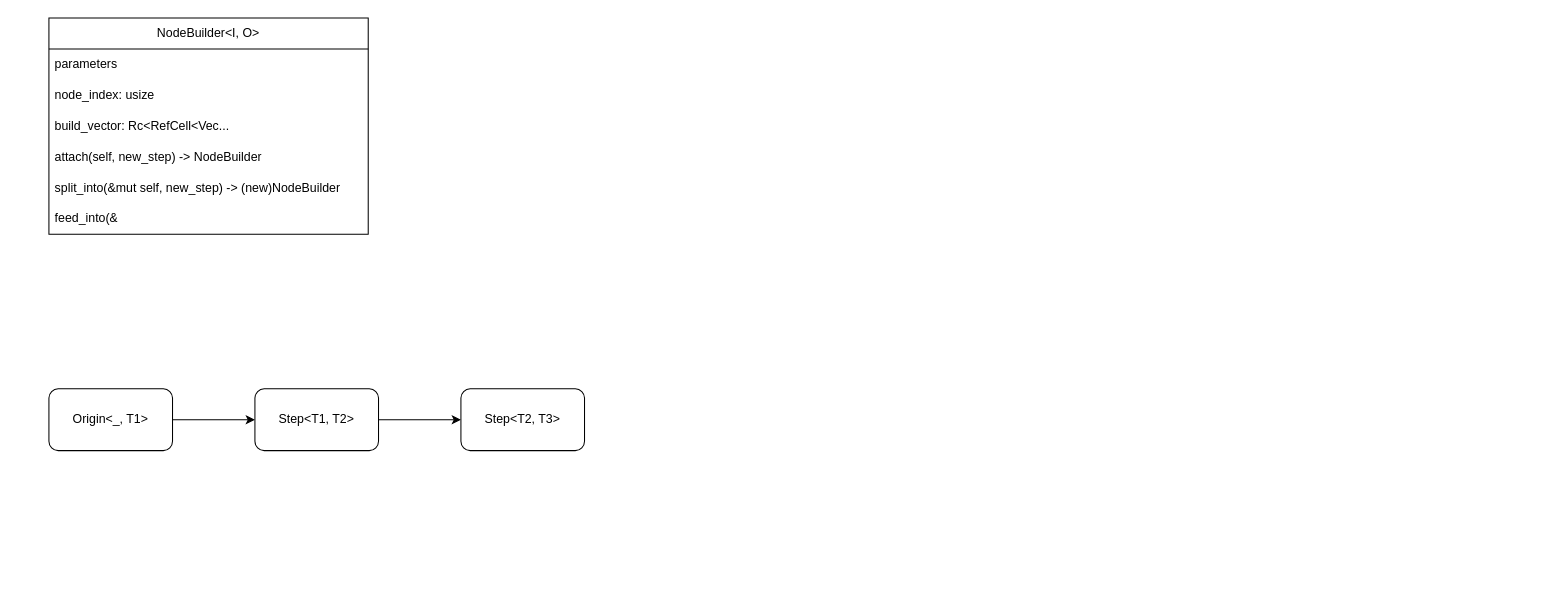
The draw.io diagram diagrams/new_builder.drawio in MalinkyZubr/zubr_dsp, before the edit. Source tidied: cells renumbered, new cells numbered last; positions are measured from the earlier drawing's top-left corner, leaving out a move shared by most shapes. Both pictures are drawn from the tidied source at 103%, with x=0, y=0 at pixel (48, 18).
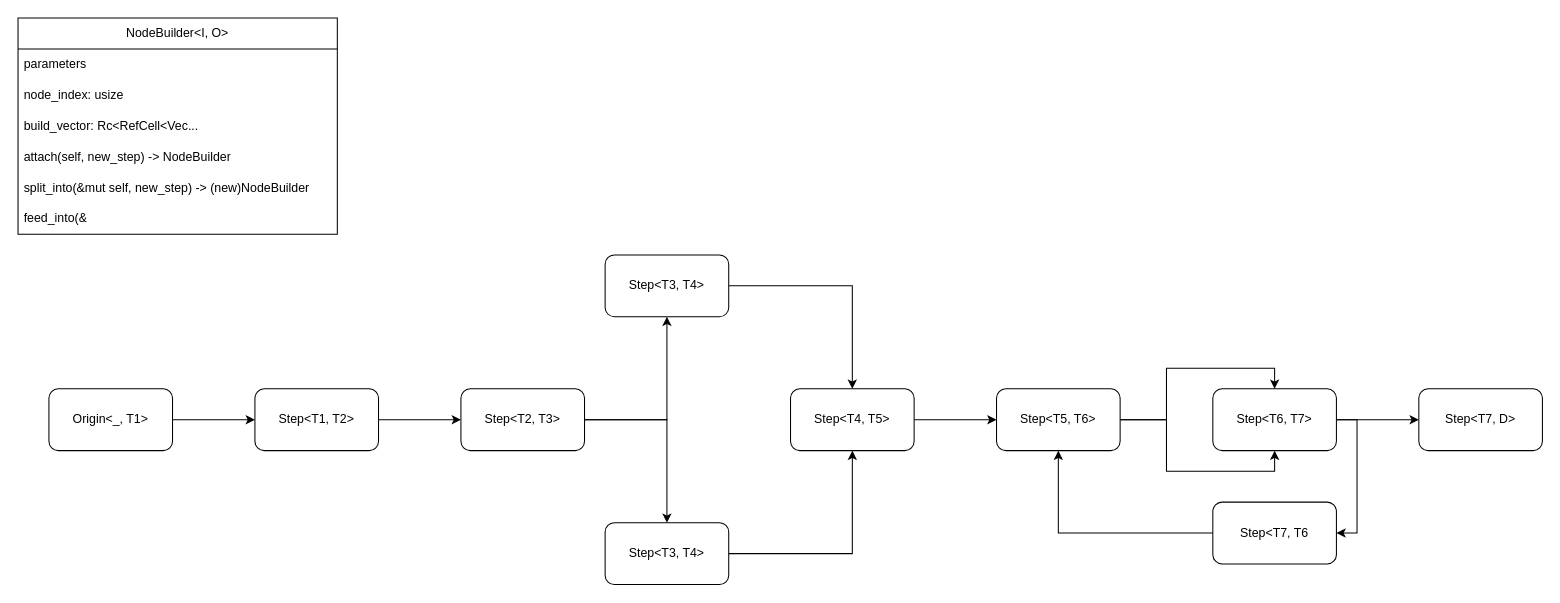
The same page after the edit.

The change refers to these unchanged cells:
```xml
<mxCell id="13" value="Step&amp;lt;T2, T3&amp;gt;" style="whiteSpace=wrap;html=1;rounded=1;" parent="1" vertex="1">
  <mxGeometry x="400" y="360" width="120" height="60" as="geometry" />
</mxCell>
```

What changed in the source:
```diff
@@
     <mxCell id="2" value="NodeBuilder&amp;lt;I, O&amp;gt;" style="swimlane;fontStyle=0;horizontal=1;startSize=30;whiteSpace=wrap;html=1;" parent="1" vertex="1">
-      <mxGeometry width="310" height="210" as="geometry" />
+      <mxGeometry x="-30" width="310" height="210" as="geometry" />
     </mxCell>
@@
+    <mxCell id="14" style="edgeStyle=orthogonalEdgeStyle;rounded=0;jettySize=auto;html=1;" parent="1" edge="1" source="13" target="17">
+      <mxGeometry relative="1" as="geometry" />
+    </mxCell>
+    <mxCell id="15" style="edgeStyle=orthogonalEdgeStyle;rounded=0;jettySize=auto;html=1;" parent="1" edge="1" source="13" target="19">
+      <mxGeometry relative="1" as="geometry" />
+    </mxCell>
@@
+    <mxCell id="16" style="edgeStyle=orthogonalEdgeStyle;rounded=0;jettySize=auto;html=1;" parent="1" edge="1" source="17" target="21">
+      <mxGeometry relative="1" as="geometry" />
+    </mxCell>
+    <mxCell id="17" value="Step&amp;lt;T3, T4&amp;gt;" style="rounded=1;whiteSpace=wrap;html=1;" parent="1" vertex="1">
+      <mxGeometry x="540" y="230" width="120" height="60" as="geometry" />
+    </mxCell>
+    <mxCell id="18" style="edgeStyle=orthogonalEdgeStyle;rounded=0;jettySize=auto;html=1;" parent="1" edge="1" source="19" target="21">
+      <mxGeometry relative="1" as="geometry" />
+    </mxCell>
+    <mxCell id="19" value="Step&amp;lt;T3, T4&amp;gt;" style="rounded=1;whiteSpace=wrap;html=1;" parent="1" vertex="1">
+      <mxGeometry x="540" y="490" width="120" height="60" as="geometry" />
+    </mxCell>
+    <mxCell id="20" style="edgeStyle=orthogonalEdgeStyle;rounded=0;jettySize=auto;html=1;" parent="1" edge="1" source="21" target="24">
+      <mxGeometry relative="1" as="geometry" />
+    </mxCell>
+    <mxCell id="21" value="Step&amp;lt;T4, T5&amp;gt;" style="rounded=1;whiteSpace=wrap;html=1;" parent="1" vertex="1">
+      <mxGeometry x="720" y="360" width="120" height="60" as="geometry" />
+    </mxCell>
+    <mxCell id="22" style="edgeStyle=orthogonalEdgeStyle;rounded=0;jettySize=auto;html=1;entryX=0.5;entryY=0;entryDx=0;entryDy=0;" parent="1" edge="1" source="24" target="27">
+      <mxGeometry relative="1" as="geometry" />
+    </mxCell>
+    <mxCell id="23" style="edgeStyle=orthogonalEdgeStyle;rounded=0;jettySize=auto;html=1;exitX=1;exitY=0.5;exitDx=0;exitDy=0;entryX=0.5;entryY=1;entryDx=0;entryDy=0;" parent="1" edge="1" source="24" target="27">
+      <mxGeometry relative="1" as="geometry" />
+    </mxCell>
+    <mxCell id="24" value="Step&amp;lt;T5, T6&amp;gt;" style="whiteSpace=wrap;html=1;rounded=1;" parent="1" vertex="1">
+      <mxGeometry x="920" y="360" width="120" height="60" as="geometry" />
+    </mxCell>
+    <mxCell id="25" style="edgeStyle=orthogonalEdgeStyle;rounded=0;jettySize=auto;html=1;" parent="1" edge="1" source="27" target="28">
+      <mxGeometry relative="1" as="geometry" />
+    </mxCell>
+    <mxCell id="26" style="edgeStyle=orthogonalEdgeStyle;rounded=0;jettySize=auto;html=1;entryX=1;entryY=0.5;entryDx=0;entryDy=0;" parent="1" edge="1" source="27" target="30">
+      <mxGeometry relative="1" as="geometry">
+        <Array as="points">
+          <mxPoint x="1270" y="390" />
+          <mxPoint x="1270" y="500" />
+        </Array>
+      </mxGeometry>
+    </mxCell>
+    <mxCell id="27" value="Step&amp;lt;T6, T7&amp;gt;" style="whiteSpace=wrap;html=1;rounded=1;" parent="1" vertex="1">
+      <mxGeometry x="1130" y="360" width="120" height="60" as="geometry" />
+    </mxCell>
+    <mxCell id="28" value="Step&amp;lt;T7, D&amp;gt;" style="whiteSpace=wrap;html=1;rounded=1;" parent="1" vertex="1">
+      <mxGeometry x="1330" y="360" width="120" height="60" as="geometry" />
+    </mxCell>
+    <mxCell id="29" style="edgeStyle=orthogonalEdgeStyle;rounded=0;jettySize=auto;html=1;entryX=0.5;entryY=1;entryDx=0;entryDy=0;" parent="1" edge="1" source="30" target="24">
+      <mxGeometry relative="1" as="geometry" />
+    </mxCell>
+    <mxCell id="30" value="Step&amp;lt;T7, T6" style="rounded=1;whiteSpace=wrap;html=1;" parent="1" vertex="1">
+      <mxGeometry x="1130" y="470" width="120" height="60" as="geometry" />
+    </mxCell>
```
